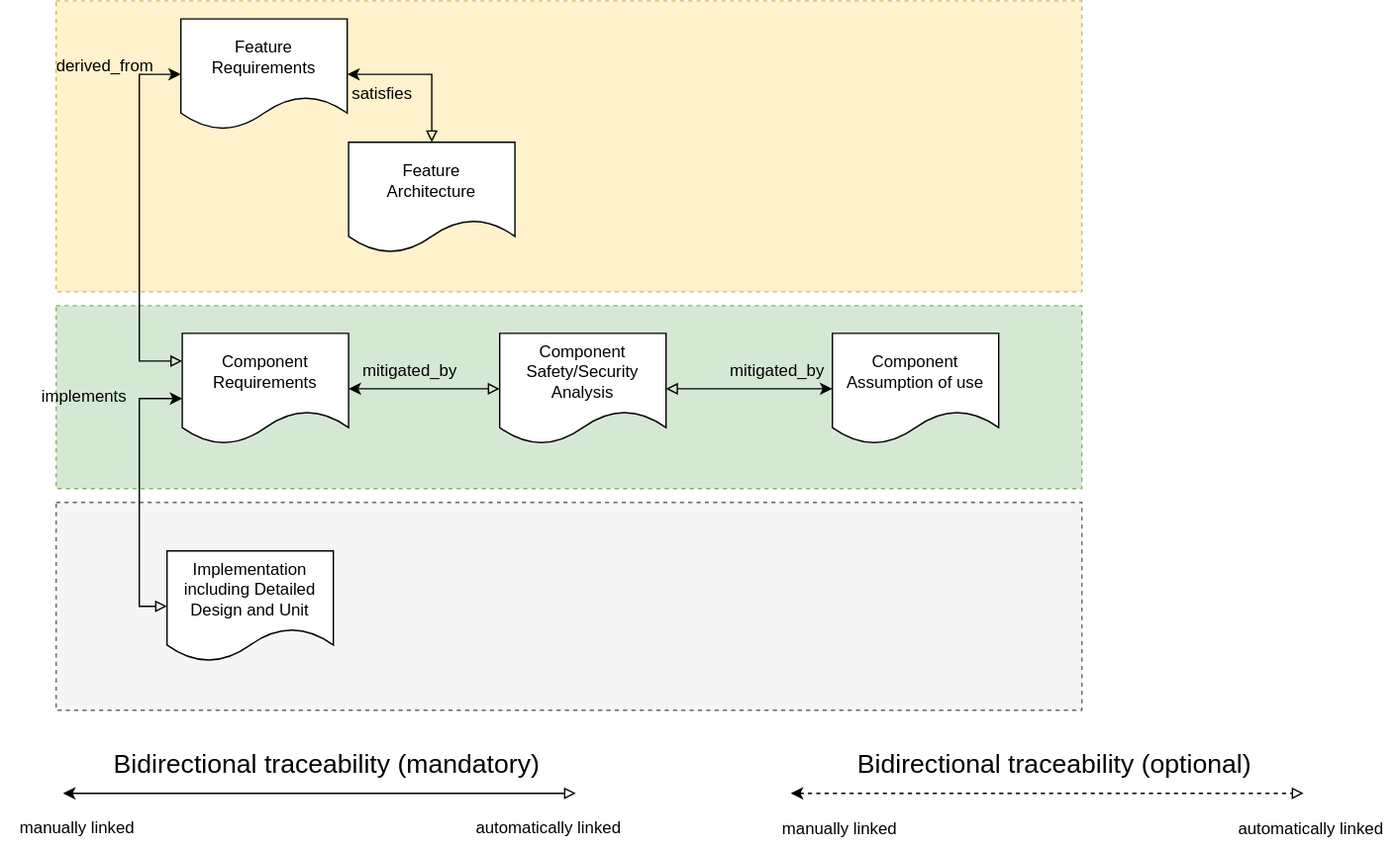
This is pr-621/_images/score_traceability_model_cmp_overview_3.drawio.svg from eclipse-score/process_description, a draw.io export, as it was before one commit. Source tidied: cells renumbered, new cells last; positions are measured from the earlier drawing's top-left corner, leaving out a move shared by most shapes.
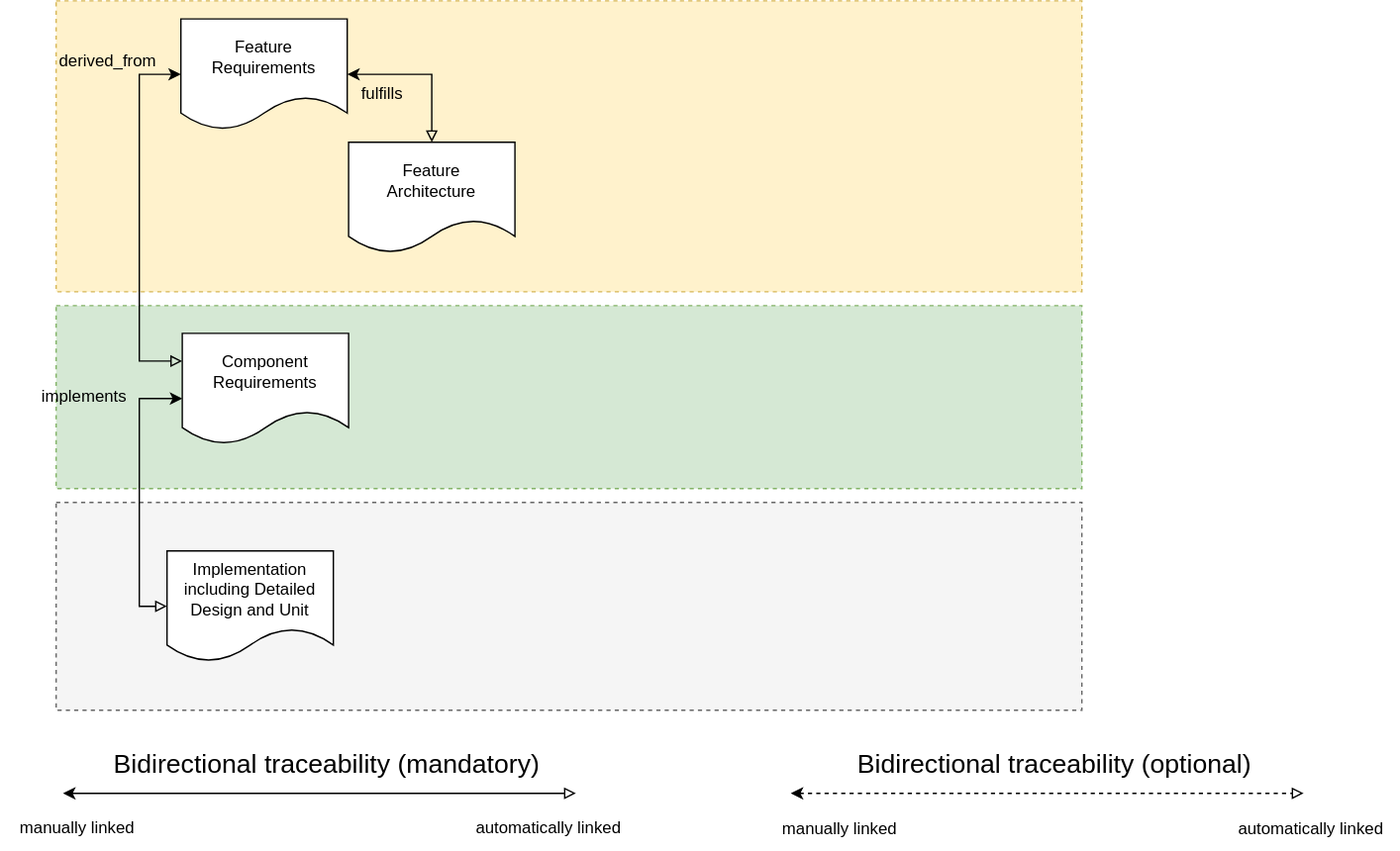
After the commit.

Change to the diagram source:
```diff
@@ -8,9 +8,6 @@
     <mxCell id="3" style="rounded=0;whiteSpace=wrap;html=1;dashed=1;fillColor=#d5e8d4;strokeColor=#82b366;" parent="1" vertex="1">
       <mxGeometry x="40" y="220" width="740" height="132" as="geometry" />
     </mxCell>
-    <mxCell id="4" value="Component Assumption of use" style="shape=document;whiteSpace=wrap;html=1;boundedLbl=1;" parent="1" vertex="1">
-      <mxGeometry x="600" y="240" width="120" height="80" as="geometry" />
-    </mxCell>
     <mxCell id="5" value="Feature Requirements" style="shape=document;whiteSpace=wrap;html=1;boundedLbl=1;" parent="1" vertex="1">
       <mxGeometry x="130" y="13" width="120" height="80" as="geometry" />
     </mxCell>
@@ -22,26 +19,12 @@
         </Array>
       </mxGeometry>
     </mxCell>
-    <mxCell id="7" style="edgeStyle=orthogonalEdgeStyle;rounded=0;jettySize=auto;html=1;entryX=0;entryY=0.5;entryDx=0;entryDy=0;exitX=1;exitY=0.5;exitDx=0;exitDy=0;startArrow=classic;startFill=1;endArrow=block;endFill=0;" parent="1" edge="1" source="8" target="10">
-      <mxGeometry x="0.41" relative="1" as="geometry">
-        <Array as="points">
-          <mxPoint x="360" y="280" />
-          <mxPoint x="360" y="280" />
-        </Array>
-      </mxGeometry>
-    </mxCell>
     <mxCell id="8" value="Component Requirements" style="shape=document;whiteSpace=wrap;html=1;boundedLbl=1;" parent="1" vertex="1">
       <mxGeometry x="131" y="240" width="120" height="80" as="geometry" />
     </mxCell>
     <mxCell id="9" style="edgeStyle=orthogonalEdgeStyle;rounded=0;jettySize=auto;html=1;entryX=1;entryY=0.5;entryDx=0;entryDy=0;exitX=0.5;exitY=0;exitDx=0;exitDy=0;startArrow=block;startFill=0;" parent="1" edge="1" source="12" target="5">
       <mxGeometry relative="1" as="geometry" />
     </mxCell>
-    <mxCell id="10" value="Component&lt;br&gt;Safety/Security Analysis" style="shape=document;whiteSpace=wrap;html=1;boundedLbl=1;" parent="1" vertex="1">
-      <mxGeometry x="360" y="240" width="120" height="80" as="geometry" />
-    </mxCell>
-    <mxCell id="11" style="edgeStyle=orthogonalEdgeStyle;rounded=0;jettySize=auto;html=1;startArrow=classic;startFill=1;entryX=1;entryY=0.5;entryDx=0;entryDy=0;exitX=0;exitY=0.5;exitDx=0;exitDy=0;endArrow=block;endFill=0;" parent="1" edge="1" source="4" target="10">
-      <mxGeometry relative="1" as="geometry" />
-    </mxCell>
     <mxCell id="12" value="Feature&lt;br&gt;Architecture" style="shape=document;whiteSpace=wrap;html=1;boundedLbl=1;" parent="1" vertex="1">
       <mxGeometry x="251" y="102" width="120" height="80" as="geometry" />
     </mxCell>
@@ -97,16 +80,10 @@
       <mxGeometry x="20" y="271" width="80" height="30" as="geometry" />
     </mxCell>
     <mxCell id="26" value="derived_from" style="text;html=1;align=center;verticalAlign=middle;strokeColor=none;fillColor=none;" parent="1" vertex="1">
-      <mxGeometry x="30" y="32" width="90" height="30" as="geometry" />
+      <mxGeometry x="32" y="29" width="90" height="30" as="geometry" />
     </mxCell>
-    <mxCell id="27" value="satisfies" style="text;html=1;align=center;verticalAlign=middle;strokeColor=none;fillColor=none;" parent="1" vertex="1">
-      <mxGeometry x="240" y="52" width="70" height="30" as="geometry" />
+    <mxCell id="27" value="fulfills" style="text;html=1;align=center;verticalAlign=middle;strokeColor=none;fillColor=none;" parent="1" vertex="1">
+      <mxGeometry x="250" y="52" width="50" height="30" as="geometry" />
     </mxCell>
-    <mxCell id="28" value="mitigated_by" style="text;html=1;align=center;verticalAlign=middle;strokeColor=none;fillColor=none;" parent="1" vertex="1">
-      <mxGeometry x="250" y="252" width="90" height="30" as="geometry" />
-    </mxCell>
-    <mxCell id="29" value="mitigated_by" style="text;html=1;align=center;verticalAlign=middle;strokeColor=none;fillColor=none;" parent="1" vertex="1">
-      <mxGeometry x="515" y="252" width="90" height="30" as="geometry" />
-    </mxCell>
   </root>
 </mxGraphModel>
```
